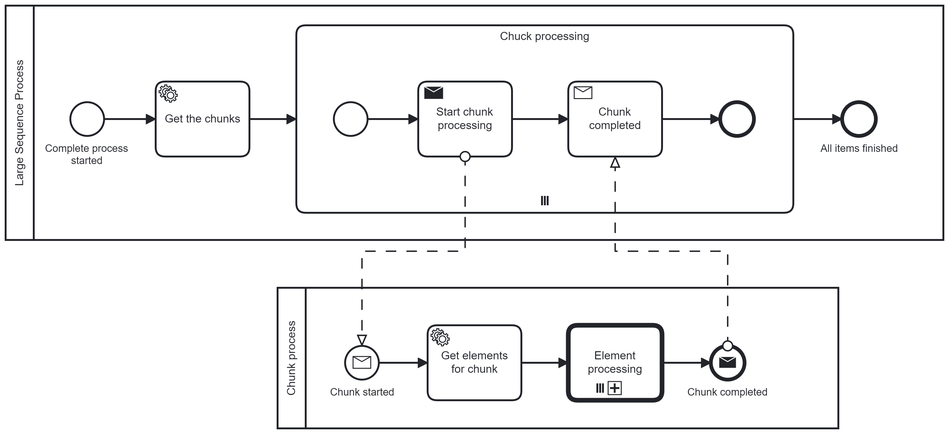
Before: large-multi-instance-example/documentation/modeling-concept.png, a diagram exported from BPMN (camunda-community-hub/camunda-8-examples). Its source is kept beside it as large-multi-instance-example/documentation/modeling-concept.bpmn. Ids are renumbered. The source it was exported from:
```xml
<bpmn:definitions xmlns:bpmn="http://www.omg.org/spec/BPMN/20100524/MODEL" xmlns:bpmndi="http://www.omg.org/spec/BPMN/20100524/DI" xmlns:dc="http://www.omg.org/spec/DD/20100524/DC" xmlns:zeebe="http://camunda.org/schema/zeebe/1.0" xmlns:di="http://www.omg.org/spec/DD/20100524/DI" xmlns:modeler="http://camunda.org/schema/modeler/1.0" id="Definitions_n1" targetNamespace="http://bpmn.io/schema/bpmn" exporter="Camunda Modeler" exporterVersion="5.7.0" modeler:executionPlatform="Camunda Cloud" modeler:executionPlatformVersion="8.1.0">
  <bpmn:collaboration id="Collaboration_n2">
    <bpmn:participant id="Participant_n3" name="Large Sequence Process" processRef="Process_n4" />
    <bpmn:participant id="Participant_n5" name="Chunk process" processRef="Process_n6" />
    <bpmn:messageFlow id="Flow_n7" sourceRef="Activity_n8" targetRef="Event_n9" />
    <bpmn:messageFlow id="Flow_n10" sourceRef="Event_n11" targetRef="Activity_n12" />
  </bpmn:collaboration>
  <bpmn:process id="Process_n4" isExecutable="false">
    <bpmn:startEvent id="StartEvent_1" name="Complete process started">
      <bpmn:outgoing>Flow_n13</bpmn:outgoing>
    </bpmn:startEvent>
    <bpmn:serviceTask id="Activity_n14" name="Get the chunks">
      <bpmn:incoming>Flow_n13</bpmn:incoming>
      <bpmn:outgoing>Flow_n15</bpmn:outgoing>
    </bpmn:serviceTask>
    <bpmn:endEvent id="Event_n16" name="All items finished">
      <bpmn:incoming>Flow_n17</bpmn:incoming>
    </bpmn:endEvent>
    <bpmn:subProcess id="Activity_n18" name="Chuck processing">
      <bpmn:incoming>Flow_n15</bpmn:incoming>
      <bpmn:outgoing>Flow_n17</bpmn:outgoing>
      <bpmn:multiInstanceLoopCharacteristics />
      <bpmn:startEvent id="Event_n19">
        <bpmn:outgoing>Flow_n20</bpmn:outgoing>
      </bpmn:startEvent>
      <bpmn:sequenceFlow id="Flow_n20" sourceRef="Event_n19" targetRef="Activity_n8" />
      <bpmn:sendTask id="Activity_n8" name="Start chunk processing">
        <bpmn:incoming>Flow_n20</bpmn:incoming>
        <bpmn:outgoing>Flow_n21</bpmn:outgoing>
      </bpmn:sendTask>
      <bpmn:sequenceFlow id="Flow_n21" sourceRef="Activity_n8" targetRef="Activity_n12" />
      <bpmn:receiveTask id="Activity_n12" name="Chunk completed">
        <bpmn:incoming>Flow_n21</bpmn:incoming>
        <bpmn:outgoing>Flow_n22</bpmn:outgoing>
      </bpmn:receiveTask>
      <bpmn:endEvent id="Event_n23">
        <bpmn:incoming>Flow_n22</bpmn:incoming>
      </bpmn:endEvent>
      <bpmn:sequenceFlow id="Flow_n22" sourceRef="Activity_n12" targetRef="Event_n23" />
    </bpmn:subProcess>
    <bpmn:sequenceFlow id="Flow_n13" sourceRef="StartEvent_1" targetRef="Activity_n14" />
    <bpmn:sequenceFlow id="Flow_n15" sourceRef="Activity_n14" targetRef="Activity_n18" />
    <bpmn:sequenceFlow id="Flow_n17" sourceRef="Activity_n18" targetRef="Event_n16" />
  </bpmn:process>
  <bpmn:process id="Process_n6" isExecutable="false">
    <bpmn:startEvent id="Event_n9" name="Chunk started">
      <bpmn:outgoing>Flow_n24</bpmn:outgoing>
      <bpmn:messageEventDefinition id="MessageEventDefinition_n25" />
    </bpmn:startEvent>
    <bpmn:callActivity id="Activity_n26" name="Element processing">
      <bpmn:extensionElements>
        <zeebe:calledElement propagateAllChildVariables="false" />
      </bpmn:extensionElements>
      <bpmn:incoming>Flow_n27</bpmn:incoming>
      <bpmn:outgoing>Flow_n28</bpmn:outgoing>
      <bpmn:multiInstanceLoopCharacteristics />
    </bpmn:callActivity>
    <bpmn:endEvent id="Event_n11" name="Chunk completed">
      <bpmn:incoming>Flow_n28</bpmn:incoming>
      <bpmn:messageEventDefinition id="MessageEventDefinition_n29" />
    </bpmn:endEvent>
    <bpmn:serviceTask id="Activity_n30" name="Get elements for chunk">
      <bpmn:incoming>Flow_n24</bpmn:incoming>
      <bpmn:outgoing>Flow_n27</bpmn:outgoing>
    </bpmn:serviceTask>
    <bpmn:sequenceFlow id="Flow_n24" sourceRef="Event_n9" targetRef="Activity_n30" />
    <bpmn:sequenceFlow id="Flow_n27" sourceRef="Activity_n30" targetRef="Activity_n26" />
    <bpmn:sequenceFlow id="Flow_n28" sourceRef="Activity_n26" targetRef="Event_n11" />
  </bpmn:process>
  <bpmndi:BPMNDiagram id="BPMNDiagram_1">
    <bpmndi:BPMNPlane id="BPMNPlane_1" bpmnElement="Collaboration_n2">
      <bpmndi:BPMNShape id="Participant_n3_di" bpmnElement="Participant_n3" isHorizontal="true">
        <dc:Bounds x="160" y="79" width="1000" height="250" />
        <bpmndi:BPMNLabel />
      </bpmndi:BPMNShape>
      <bpmndi:BPMNShape id="_BPMNShape_StartEvent_2" bpmnElement="StartEvent_1">
        <dc:Bounds x="229" y="182" width="36" height="36" />
        <bpmndi:BPMNLabel>
          <dc:Bounds x="202" y="225" width="90" height="27" />
        </bpmndi:BPMNLabel>
      </bpmndi:BPMNShape>
      <bpmndi:BPMNShape id="Activity_0ek4agd_di" bpmnElement="Activity_n14">
        <dc:Bounds x="320" y="160" width="100" height="80" />
      </bpmndi:BPMNShape>
      <bpmndi:BPMNShape id="Event_n16_di" bpmnElement="Event_n16">
        <dc:Bounds x="1052" y="182" width="36" height="36" />
        <bpmndi:BPMNLabel>
          <dc:Bounds x="1029" y="225" width="82" height="14" />
        </bpmndi:BPMNLabel>
      </bpmndi:BPMNShape>
      <bpmndi:BPMNShape id="Activity_1lqmdj8_di" bpmnElement="Activity_n18" isExpanded="true">
        <dc:Bounds x="470" y="100" width="530" height="200" />
        <bpmndi:BPMNLabel />
      </bpmndi:BPMNShape>
      <bpmndi:BPMNShape id="Event_n19_di" bpmnElement="Event_n19">
        <dc:Bounds x="510.3333333333333" y="182" width="36" height="36" />
      </bpmndi:BPMNShape>
      <bpmndi:BPMNShape id="Activity_0c61beo_di" bpmnElement="Activity_n8">
        <dc:Bounds x="600" y="160" width="100" height="80" />
      </bpmndi:BPMNShape>
      <bpmndi:BPMNShape id="Activity_1cfgqpe_di" bpmnElement="Activity_n12">
        <dc:Bounds x="760" y="160" width="100" height="80" />
      </bpmndi:BPMNShape>
      <bpmndi:BPMNShape id="Event_n23_di" bpmnElement="Event_n23">
        <dc:Bounds x="922" y="182" width="36" height="36" />
      </bpmndi:BPMNShape>
      <bpmndi:BPMNEdge id="Flow_n20_di" bpmnElement="Flow_n20">
        <di:waypoint x="546" y="200" />
        <di:waypoint x="600" y="200" />
      </bpmndi:BPMNEdge>
      <bpmndi:BPMNEdge id="Flow_n21_di" bpmnElement="Flow_n21">
        <di:waypoint x="700" y="200" />
        <di:waypoint x="760" y="200" />
      </bpmndi:BPMNEdge>
      <bpmndi:BPMNEdge id="Flow_n22_di" bpmnElement="Flow_n22">
        <di:waypoint x="860" y="200" />
        <di:waypoint x="922" y="200" />
      </bpmndi:BPMNEdge>
      <bpmndi:BPMNEdge id="Flow_n13_di" bpmnElement="Flow_n13">
        <di:waypoint x="265" y="200" />
        <di:waypoint x="320" y="200" />
      </bpmndi:BPMNEdge>
      <bpmndi:BPMNEdge id="Flow_n15_di" bpmnElement="Flow_n15">
        <di:waypoint x="420" y="200" />
        <di:waypoint x="470" y="200" />
      </bpmndi:BPMNEdge>
      <bpmndi:BPMNEdge id="Flow_n17_di" bpmnElement="Flow_n17">
        <di:waypoint x="1000" y="200" />
        <di:waypoint x="1052" y="200" />
      </bpmndi:BPMNEdge>
      <bpmndi:BPMNShape id="Participant_n5_di" bpmnElement="Participant_n5" isHorizontal="true">
        <dc:Bounds x="450" y="380" width="598" height="150" />
        <bpmndi:BPMNLabel />
      </bpmndi:BPMNShape>
      <bpmndi:BPMNShape id="Event_0vqr5k4_di" bpmnElement="Event_n9">
        <dc:Bounds x="522" y="442" width="36" height="36" />
        <bpmndi:BPMNLabel>
          <dc:Bounds x="506" y="485" width="69" height="14" />
        </bpmndi:BPMNLabel>
      </bpmndi:BPMNShape>
      <bpmndi:BPMNShape id="Activity_1lml91b_di" bpmnElement="Activity_n26">
        <dc:Bounds x="760" y="420" width="100" height="80" />
        <bpmndi:BPMNLabel />
      </bpmndi:BPMNShape>
      <bpmndi:BPMNShape id="Event_1heyhb5_di" bpmnElement="Event_n11">
        <dc:Bounds x="912" y="442" width="36" height="36" />
        <bpmndi:BPMNLabel>
          <dc:Bounds x="887" y="485" width="86" height="14" />
        </bpmndi:BPMNLabel>
      </bpmndi:BPMNShape>
      <bpmndi:BPMNShape id="Activity_16omr6i_di" bpmnElement="Activity_n30">
        <dc:Bounds x="610" y="420" width="100" height="80" />
      </bpmndi:BPMNShape>
      <bpmndi:BPMNEdge id="Flow_n24_di" bpmnElement="Flow_n24">
        <di:waypoint x="558" y="460" />
        <di:waypoint x="610" y="460" />
      </bpmndi:BPMNEdge>
      <bpmndi:BPMNEdge id="Flow_n27_di" bpmnElement="Flow_n27">
        <di:waypoint x="710" y="460" />
        <di:waypoint x="760" y="460" />
      </bpmndi:BPMNEdge>
      <bpmndi:BPMNEdge id="Flow_n28_di" bpmnElement="Flow_n28">
        <di:waypoint x="860" y="460" />
        <di:waypoint x="912" y="460" />
      </bpmndi:BPMNEdge>
      <bpmndi:BPMNEdge id="Flow_n7_di" bpmnElement="Flow_n7">
        <di:waypoint x="650" y="240" />
        <di:waypoint x="650" y="341" />
        <di:waypoint x="540" y="341" />
        <di:waypoint x="540" y="442" />
      </bpmndi:BPMNEdge>
      <bpmndi:BPMNEdge id="Flow_n10_di" bpmnElement="Flow_n10">
        <di:waypoint x="930" y="442" />
        <di:waypoint x="930" y="341" />
        <di:waypoint x="810" y="341" />
        <di:waypoint x="810" y="240" />
      </bpmndi:BPMNEdge>
    </bpmndi:BPMNPlane>
  </bpmndi:BPMNDiagram>
</bpmn:definitions>
```
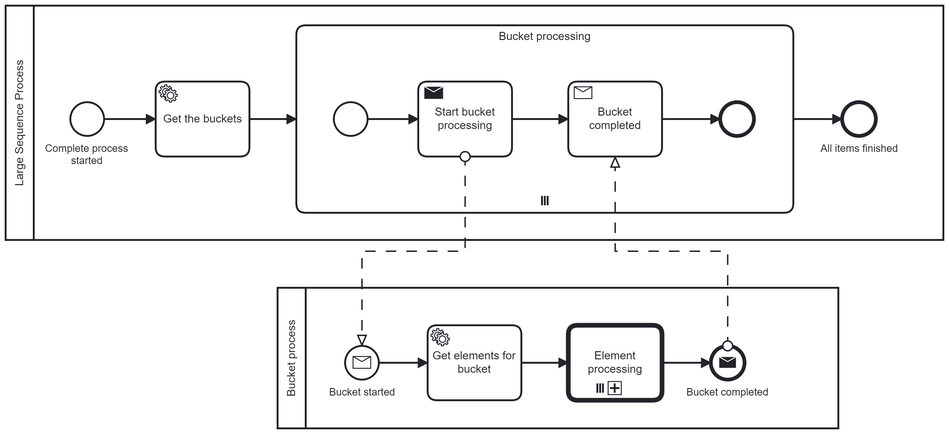
The same diagram one commit later.

Commit message:
adjust the naming in the example diagram

Diff of the diagram source:
```diff
@@ -1,7 +1,7 @@
 <bpmn:definitions xmlns:bpmn="http://www.omg.org/spec/BPMN/20100524/MODEL" xmlns:bpmndi="http://www.omg.org/spec/BPMN/20100524/DI" xmlns:dc="http://www.omg.org/spec/DD/20100524/DC" xmlns:zeebe="http://camunda.org/schema/zeebe/1.0" xmlns:di="http://www.omg.org/spec/DD/20100524/DI" xmlns:modeler="http://camunda.org/schema/modeler/1.0" id="Definitions_n1" targetNamespace="http://bpmn.io/schema/bpmn" exporter="Camunda Modeler" exporterVersion="5.7.0" modeler:executionPlatform="Camunda Cloud" modeler:executionPlatformVersion="8.1.0">
   <bpmn:collaboration id="Collaboration_n2">
     <bpmn:participant id="Participant_n3" name="Large Sequence Process" processRef="Process_n4" />
-    <bpmn:participant id="Participant_n5" name="Chunk process" processRef="Process_n6" />
+    <bpmn:participant id="Participant_n5" name="Bucket process" processRef="Process_n6" />
     <bpmn:messageFlow id="Flow_n7" sourceRef="Activity_n8" targetRef="Event_n9" />
     <bpmn:messageFlow id="Flow_n10" sourceRef="Event_n11" targetRef="Activity_n12" />
   </bpmn:collaboration>
@@ -9,14 +9,14 @@
     <bpmn:startEvent id="StartEvent_1" name="Complete process started">
       <bpmn:outgoing>Flow_n13</bpmn:outgoing>
     </bpmn:startEvent>
-    <bpmn:serviceTask id="Activity_n14" name="Get the chunks">
+    <bpmn:serviceTask id="Activity_n14" name="Get the buckets">
       <bpmn:incoming>Flow_n13</bpmn:incoming>
       <bpmn:outgoing>Flow_n15</bpmn:outgoing>
     </bpmn:serviceTask>
     <bpmn:endEvent id="Event_n16" name="All items finished">
       <bpmn:incoming>Flow_n17</bpmn:incoming>
     </bpmn:endEvent>
-    <bpmn:subProcess id="Activity_n18" name="Chuck processing">
+    <bpmn:subProcess id="Activity_n18" name="Bucket processing">
       <bpmn:incoming>Flow_n15</bpmn:incoming>
       <bpmn:outgoing>Flow_n17</bpmn:outgoing>
       <bpmn:multiInstanceLoopCharacteristics />
@@ -24,12 +24,12 @@
         <bpmn:outgoing>Flow_n20</bpmn:outgoing>
       </bpmn:startEvent>
       <bpmn:sequenceFlow id="Flow_n20" sourceRef="Event_n19" targetRef="Activity_n8" />
-      <bpmn:sendTask id="Activity_n8" name="Start chunk processing">
+      <bpmn:sendTask id="Activity_n8" name="Start bucket processing">
         <bpmn:incoming>Flow_n20</bpmn:incoming>
         <bpmn:outgoing>Flow_n21</bpmn:outgoing>
       </bpmn:sendTask>
       <bpmn:sequenceFlow id="Flow_n21" sourceRef="Activity_n8" targetRef="Activity_n12" />
-      <bpmn:receiveTask id="Activity_n12" name="Chunk completed">
+      <bpmn:receiveTask id="Activity_n12" name="Bucket completed">
         <bpmn:incoming>Flow_n21</bpmn:incoming>
         <bpmn:outgoing>Flow_n22</bpmn:outgoing>
       </bpmn:receiveTask>
@@ -43,7 +43,7 @@
     <bpmn:sequenceFlow id="Flow_n17" sourceRef="Activity_n18" targetRef="Event_n16" />
   </bpmn:process>
   <bpmn:process id="Process_n6" isExecutable="false">
-    <bpmn:startEvent id="Event_n9" name="Chunk started">
+    <bpmn:startEvent id="Event_n9" name="Bucket started">
       <bpmn:outgoing>Flow_n24</bpmn:outgoing>
       <bpmn:messageEventDefinition id="MessageEventDefinition_n25" />
     </bpmn:startEvent>
@@ -55,11 +55,11 @@
       <bpmn:outgoing>Flow_n28</bpmn:outgoing>
       <bpmn:multiInstanceLoopCharacteristics />
     </bpmn:callActivity>
-    <bpmn:endEvent id="Event_n11" name="Chunk completed">
+    <bpmn:endEvent id="Event_n11" name="Bucket completed">
       <bpmn:incoming>Flow_n28</bpmn:incoming>
       <bpmn:messageEventDefinition id="MessageEventDefinition_n29" />
     </bpmn:endEvent>
-    <bpmn:serviceTask id="Activity_n30" name="Get elements for chunk">
+    <bpmn:serviceTask id="Activity_n30" name="Get elements for bucket">
       <bpmn:incoming>Flow_n24</bpmn:incoming>
       <bpmn:outgoing>Flow_n27</bpmn:outgoing>
     </bpmn:serviceTask>
@@ -81,6 +81,7 @@
       </bpmndi:BPMNShape>
       <bpmndi:BPMNShape id="Activity_0ek4agd_di" bpmnElement="Activity_n14">
         <dc:Bounds x="320" y="160" width="100" height="80" />
+        <bpmndi:BPMNLabel />
       </bpmndi:BPMNShape>
       <bpmndi:BPMNShape id="Event_n16_di" bpmnElement="Event_n16">
         <dc:Bounds x="1052" y="182" width="36" height="36" />
@@ -97,9 +98,11 @@
       </bpmndi:BPMNShape>
       <bpmndi:BPMNShape id="Activity_0c61beo_di" bpmnElement="Activity_n8">
         <dc:Bounds x="600" y="160" width="100" height="80" />
+        <bpmndi:BPMNLabel />
       </bpmndi:BPMNShape>
       <bpmndi:BPMNShape id="Activity_1cfgqpe_di" bpmnElement="Activity_n12">
         <dc:Bounds x="760" y="160" width="100" height="80" />
+        <bpmndi:BPMNLabel />
       </bpmndi:BPMNShape>
       <bpmndi:BPMNShape id="Event_n23_di" bpmnElement="Event_n23">
         <dc:Bounds x="922" y="182" width="36" height="36" />
@@ -135,7 +138,7 @@
       <bpmndi:BPMNShape id="Event_0vqr5k4_di" bpmnElement="Event_n9">
         <dc:Bounds x="522" y="442" width="36" height="36" />
         <bpmndi:BPMNLabel>
-          <dc:Bounds x="506" y="485" width="69" height="14" />
+          <dc:Bounds x="505" y="485" width="71" height="14" />
         </bpmndi:BPMNLabel>
       </bpmndi:BPMNShape>
       <bpmndi:BPMNShape id="Activity_1lml91b_di" bpmnElement="Activity_n26">
@@ -145,11 +148,12 @@
       <bpmndi:BPMNShape id="Event_1heyhb5_di" bpmnElement="Event_n11">
         <dc:Bounds x="912" y="442" width="36" height="36" />
         <bpmndi:BPMNLabel>
-          <dc:Bounds x="887" y="485" width="86" height="14" />
+          <dc:Bounds x="886" y="485" width="88" height="14" />
         </bpmndi:BPMNLabel>
       </bpmndi:BPMNShape>
       <bpmndi:BPMNShape id="Activity_16omr6i_di" bpmnElement="Activity_n30">
         <dc:Bounds x="610" y="420" width="100" height="80" />
+        <bpmndi:BPMNLabel />
       </bpmndi:BPMNShape>
       <bpmndi:BPMNEdge id="Flow_n24_di" bpmnElement="Flow_n24">
         <di:waypoint x="558" y="460" />
```
